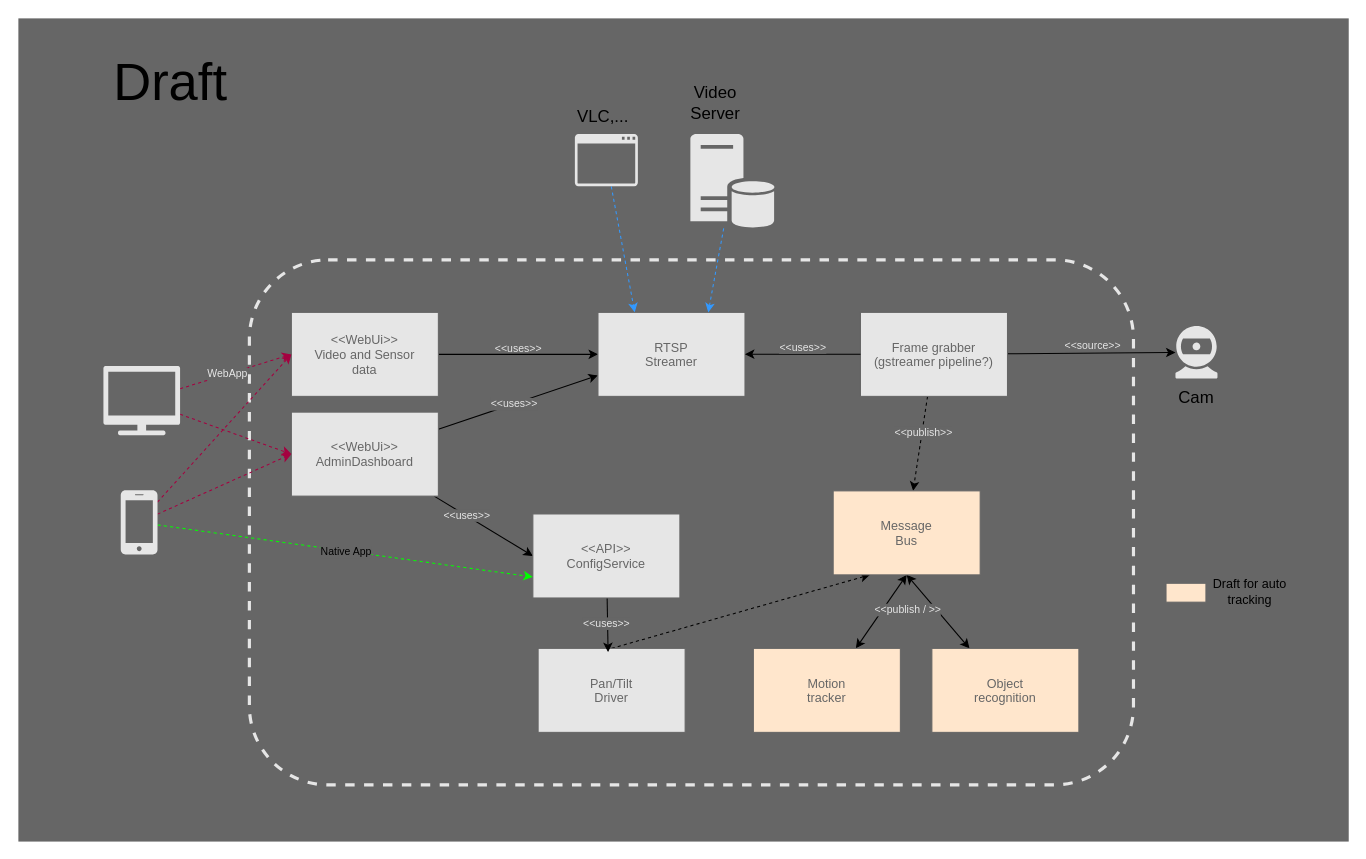
Before: doc/images/architecture.drawio in tinkerfu-io/thivicam, a draw.io diagram. Source tidied: cells renumbered, new cells numbered last; positions are measured from the earlier drawing's top-left corner, leaving out a move shared by most shapes. Both pictures are drawn from the tidied source at 105%, with x=0, y=0 at pixel (18, 18).
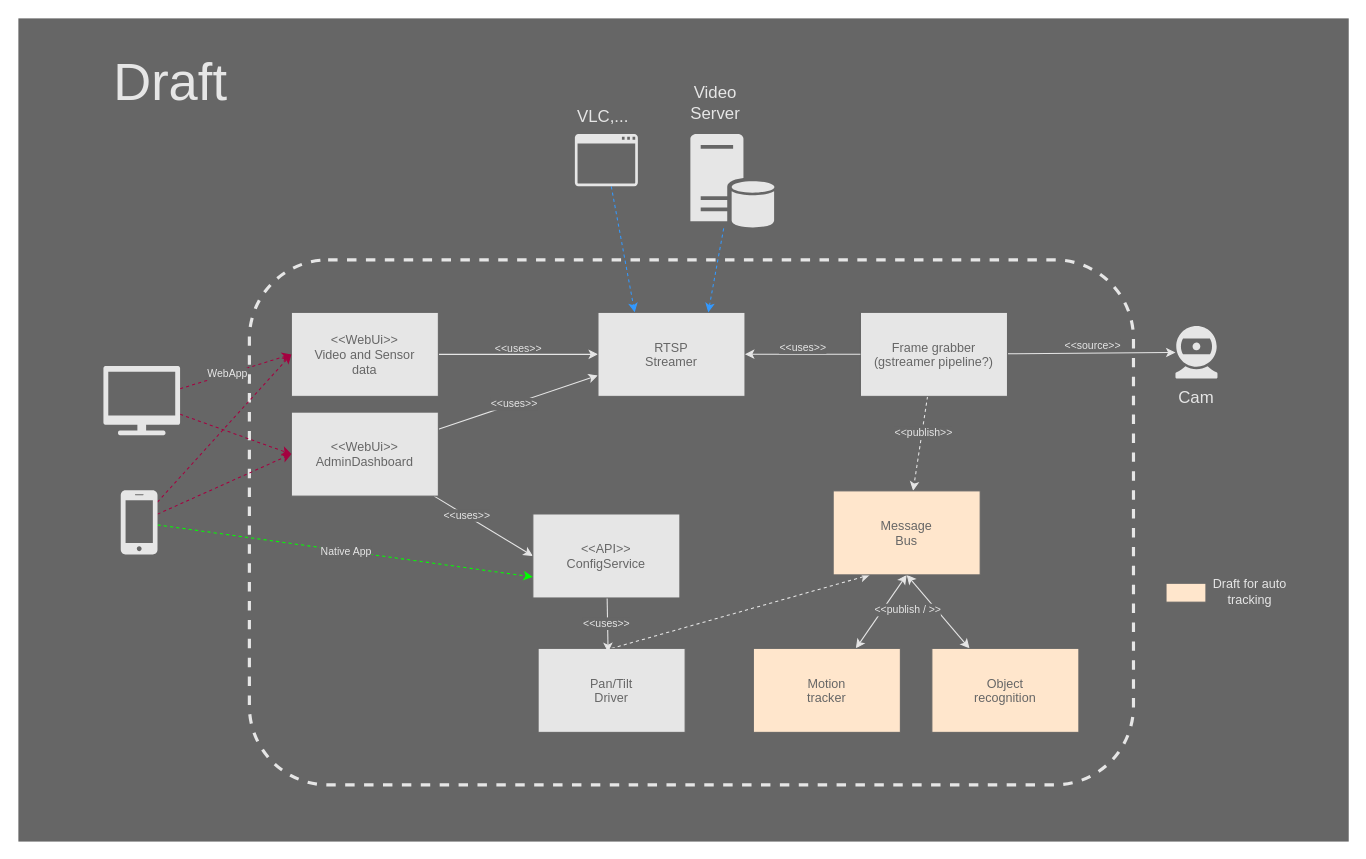
The same page after the edit.

The change refers to these unchanged cells:
```xml
<mxCell id="6" value="&lt;&lt;WebUi&gt;&gt;&#10;Video and Sensor&#10;data" style="fontStyle=0;strokeColor=#666666;fillColor=#E6E6E6;fontColor=#666666;" parent="1" vertex="1">
  <mxGeometry x="260" y="280" width="140" height="80" as="geometry" />
</mxCell>
<mxCell id="11" value="&lt;&lt;WebUi&gt;&gt;&#10;AdminDashboard" style="fontStyle=0;strokeColor=#666666;fillColor=#E6E6E6;fontColor=#666666;" parent="1" vertex="1">
  <mxGeometry x="260" y="375" width="140" height="80" as="geometry" />
</mxCell>
<mxCell id="12" value="RTSP&#10;Streamer" style="fontStyle=0;strokeColor=#666666;fillColor=#E6E6E6;fontColor=#666666;" parent="1" vertex="1">
  <mxGeometry x="552" y="280" width="140" height="80" as="geometry" />
</mxCell>
<mxCell id="14" value="Object&#10;recognition" style="fontStyle=0;strokeColor=#666666;fontColor=#666666;fillColor=#FFE6CC;" parent="1" vertex="1">
  <mxGeometry x="870" y="600" width="140" height="80" as="geometry" />
</mxCell>
<mxCell id="16" value="Motion&#10;tracker" style="fontStyle=0;strokeColor=#666666;fontColor=#666666;fillColor=#FFE6CC;" parent="1" vertex="1">
  <mxGeometry x="700" y="600" width="140" height="80" as="geometry" />
</mxCell>
<mxCell id="21" value="Frame grabber&#10;(gstreamer pipeline?)" style="fontStyle=0;strokeColor=#666666;fillColor=#E6E6E6;fontColor=#666666;" parent="1" vertex="1">
  <mxGeometry x="802" y="280" width="140" height="80" as="geometry" />
</mxCell>
<mxCell id="23" value="Pan/Tilt&#10;Driver" style="fontStyle=0;strokeColor=#666666;fillColor=#E6E6E6;fontColor=#666666;" parent="1" vertex="1">
  <mxGeometry x="495" y="600" width="140" height="80" as="geometry" />
</mxCell>
<mxCell id="24" value="Message&#10;Bus" style="fontStyle=0;strokeColor=#666666;fontColor=#666666;fillColor=#FFE6CC;" parent="1" vertex="1">
  <mxGeometry x="776" y="450" width="140" height="80" as="geometry" />
</mxCell>
<mxCell id="27" value="&lt;&lt;API&gt;&gt;&#10;ConfigService" style="fontStyle=0;strokeColor=#666666;fillColor=#E6E6E6;fontColor=#666666;" parent="1" vertex="1">
  <mxGeometry x="490" y="472" width="140" height="80" as="geometry" />
</mxCell>
<mxCell id="32" style="edgeStyle=none;rounded=0;jettySize=auto;html=1;entryX=0;entryY=0.75;entryDx=0;entryDy=0;fontSize=18;strokeColor=#00FF00;dashed=1;" parent="1" edge="1" source="34" target="27">
  <mxGeometry relative="1" as="geometry" />
</mxCell>
<mxCell id="44" style="shadow=0;dashed=0;html=1;strokeColor=none;labelPosition=center;verticalLabelPosition=bottom;verticalAlign=top;outlineConnect=0;align=center;shape=mxgraph.office.devices.webcam;fontSize=18;fillColor=#E6E6E6;" parent="1" vertex="1">
  <mxGeometry x="1102" y="293" width="40" height="50" as="geometry" />
</mxCell>
```

What changed in the source:
```diff
@@
-    <mxCell id="4" style="edgeStyle=none;rounded=0;jumpSize=6;jettySize=auto;html=1;entryX=0;entryY=0.5;entryDx=0;entryDy=0;sourcePerimeterSpacing=0;endSize=6;targetPerimeterSpacing=0;strokeWidth=1;fontColor=#666666;" parent="1" edge="1" source="6" target="12">
+    <mxCell id="4" style="edgeStyle=none;rounded=0;jumpSize=6;jettySize=auto;html=1;entryX=0;entryY=0.5;entryDx=0;entryDy=0;sourcePerimeterSpacing=0;endSize=6;targetPerimeterSpacing=0;strokeWidth=1;fontColor=#666666;strokeColor=#E6E6E6;" parent="1" edge="1" source="6" target="12">
       <mxGeometry relative="1" as="geometry" />
     </mxCell>
@@
-    <mxCell id="7" style="edgeStyle=none;rounded=0;jumpSize=6;jettySize=auto;html=1;entryX=0;entryY=0.5;entryDx=0;entryDy=0;sourcePerimeterSpacing=0;endSize=6;targetPerimeterSpacing=0;strokeWidth=1;fontColor=#666666;" parent="1" edge="1" source="11" target="27">
+    <mxCell id="7" style="edgeStyle=none;rounded=0;jumpSize=6;jettySize=auto;html=1;entryX=0;entryY=0.5;entryDx=0;entryDy=0;sourcePerimeterSpacing=0;endSize=6;targetPerimeterSpacing=0;strokeWidth=1;fontColor=#666666;strokeColor=#E6E6E6;" parent="1" edge="1" source="11" target="27">
       <mxGeometry relative="1" as="geometry" />
     </mxCell>
@@
-    <mxCell id="9" style="edgeStyle=none;rounded=0;jumpSize=6;jettySize=auto;html=1;sourcePerimeterSpacing=0;endSize=6;targetPerimeterSpacing=0;strokeWidth=1;fontColor=#666666;entryX=0;entryY=0.75;entryDx=0;entryDy=0;" parent="1" edge="1" source="11" target="12">
+    <mxCell id="9" style="edgeStyle=none;rounded=0;jumpSize=6;jettySize=auto;html=1;sourcePerimeterSpacing=0;endSize=6;targetPerimeterSpacing=0;strokeWidth=1;fontColor=#666666;entryX=0;entryY=0.75;entryDx=0;entryDy=0;strokeColor=#E6E6E6;" parent="1" edge="1" source="11" target="12">
       <mxGeometry relative="1" as="geometry" />
     </mxCell>
@@
-    <mxCell id="13" style="edgeStyle=none;rounded=0;jettySize=auto;html=1;entryX=0.5;entryY=1;entryDx=0;entryDy=0;fontColor=#666666;startArrow=classic;startFill=1;" parent="1" edge="1" source="14" target="24">
+    <mxCell id="13" style="edgeStyle=none;rounded=0;jettySize=auto;html=1;entryX=0.5;entryY=1;entryDx=0;entryDy=0;fontColor=#666666;startArrow=classic;startFill=1;strokeColor=#E6E6E6;" parent="1" edge="1" source="14" target="24">
       <mxGeometry relative="1" as="geometry" />
     </mxCell>
@@
-    <mxCell id="15" style="edgeStyle=none;rounded=0;jettySize=auto;html=1;entryX=0.5;entryY=1;entryDx=0;entryDy=0;fontColor=#666666;startArrow=classic;startFill=1;" parent="1" edge="1" source="16" target="24">
+    <mxCell id="15" style="edgeStyle=none;rounded=0;jettySize=auto;html=1;entryX=0.5;entryY=1;entryDx=0;entryDy=0;fontColor=#666666;startArrow=classic;startFill=1;strokeColor=#E6E6E6;" parent="1" edge="1" source="16" target="24">
       <mxGeometry relative="1" as="geometry" />
     </mxCell>
@@
-    <mxCell id="17" style="rounded=0;jettySize=auto;html=1;fontColor=#666666;dashed=1;strokeWidth=1;sourcePerimeterSpacing=0;targetPerimeterSpacing=0;endSize=6;jumpSize=6;" parent="1" edge="1" source="21" target="24">
+    <mxCell id="17" style="rounded=0;jettySize=auto;html=1;fontColor=#666666;dashed=1;strokeWidth=1;sourcePerimeterSpacing=0;targetPerimeterSpacing=0;endSize=6;jumpSize=6;strokeColor=#E6E6E6;" parent="1" edge="1" source="21" target="24">
       <mxGeometry relative="1" as="geometry" />
     </mxCell>
-    <mxCell id="18" style="edgeStyle=none;rounded=0;jettySize=auto;html=1;fontSize=18;" parent="1" edge="1" source="21" target="44">
+    <mxCell id="18" style="edgeStyle=none;rounded=0;jettySize=auto;html=1;fontSize=18;strokeColor=#E6E6E6;" parent="1" edge="1" source="21" target="44">
       <mxGeometry relative="1" as="geometry" />
     </mxCell>
@@
-    <mxCell id="22" style="edgeStyle=none;rounded=0;jettySize=auto;html=1;exitX=0.5;exitY=0;exitDx=0;exitDy=0;entryX=0.25;entryY=1;entryDx=0;entryDy=0;fontColor=#666666;dashed=1;" parent="1" edge="1" source="23" target="24">
+    <mxCell id="22" style="edgeStyle=none;rounded=0;jettySize=auto;html=1;exitX=0.5;exitY=0;exitDx=0;exitDy=0;entryX=0.25;entryY=1;entryDx=0;entryDy=0;fontColor=#666666;dashed=1;strokeColor=#E6E6E6;" parent="1" edge="1" source="23" target="24">
       <mxGeometry relative="1" as="geometry" />
     </mxCell>
@@
-    <mxCell id="25" style="edgeStyle=none;rounded=0;jumpSize=6;jettySize=auto;html=1;entryX=0.476;entryY=0.044;entryDx=0;entryDy=0;sourcePerimeterSpacing=0;endSize=6;targetPerimeterSpacing=0;strokeWidth=1;fontColor=#666666;entryPerimeter=0;" parent="1" edge="1" source="27" target="23">
+    <mxCell id="25" style="edgeStyle=none;rounded=0;jumpSize=6;jettySize=auto;html=1;entryX=0.476;entryY=0.044;entryDx=0;entryDy=0;sourcePerimeterSpacing=0;endSize=6;targetPerimeterSpacing=0;strokeWidth=1;fontColor=#666666;entryPerimeter=0;strokeColor=#E6E6E6;" parent="1" edge="1" source="27" target="23">
       <mxGeometry relative="1" as="geometry" />
     </mxCell>
@@
-    <mxCell id="33" value="Native App" style="edgeLabel;html=1;align=center;verticalAlign=middle;fontSize=10;labelBackgroundColor=#666666;rotation=0;" parent="32" vertex="1">
+    <mxCell id="33" value="Native App" style="edgeLabel;html=1;align=center;verticalAlign=middle;fontSize=10;labelBackgroundColor=#666666;rotation=0;fontColor=#E6E6E6;" parent="32" vertex="1">
       <mxGeometry x="0.07" y="-1" relative="1" as="geometry">
         <mxPoint x="-12.2" y="-2.9" as="offset" />
       </mxGeometry>
     </mxCell>
@@
-    <mxCell id="39" value="Draft" style="text;html=1;strokeColor=none;fillColor=none;align=center;verticalAlign=middle;whiteSpace=wrap;rounded=0;fontSize=50;" parent="1" vertex="1">
+    <mxCell id="39" value="Draft" style="text;html=1;strokeColor=none;fillColor=none;align=center;verticalAlign=middle;whiteSpace=wrap;rounded=0;fontSize=50;fontColor=#E6E6E6;" parent="1" vertex="1">
       <mxGeometry x="125" y="50" width="40" height="20" as="geometry" />
     </mxCell>
-    <mxCell id="40" value="Video&lt;br style=&quot;font-size: 16px;&quot;&gt;Server" style="text;html=1;strokeColor=none;fillColor=none;align=center;verticalAlign=middle;whiteSpace=wrap;rounded=0;fontSize=16;" parent="1" vertex="1">
+    <mxCell id="40" value="Video&lt;br style=&quot;font-size: 16px;&quot;&gt;Server" style="text;html=1;strokeColor=none;fillColor=none;align=center;verticalAlign=middle;whiteSpace=wrap;rounded=0;fontSize=16;fontColor=#E6E6E6;" parent="1" vertex="1">
       <mxGeometry x="644" y="70" width="40" height="20" as="geometry" />
     </mxCell>
@@
-    <mxCell id="43" value="VLC,..." style="text;html=1;strokeColor=none;fillColor=none;align=center;verticalAlign=middle;whiteSpace=wrap;rounded=0;fontSize=16;" parent="1" vertex="1">
+    <mxCell id="43" value="VLC,..." style="text;html=1;strokeColor=none;fillColor=none;align=center;verticalAlign=middle;whiteSpace=wrap;rounded=0;fontSize=16;fontColor=#E6E6E6;" parent="1" vertex="1">
       <mxGeometry x="537" y="83" width="40" height="20" as="geometry" />
     </mxCell>
@@
-    <mxCell id="45" value="Cam" style="text;html=1;strokeColor=none;fillColor=none;align=center;verticalAlign=middle;whiteSpace=wrap;rounded=0;fontSize=16;" parent="1" vertex="1">
+    <mxCell id="45" value="Cam" style="text;html=1;strokeColor=none;fillColor=none;align=center;verticalAlign=middle;whiteSpace=wrap;rounded=0;fontSize=16;fontColor=#E6E6E6;" parent="1" vertex="1">
       <mxGeometry x="1102" y="351" width="40" height="20" as="geometry" />
     </mxCell>
-    <mxCell id="46" style="edgeStyle=none;rounded=0;orthogonalLoop=1;jettySize=auto;html=1;fontSize=18;" parent="1" edge="1">
+    <mxCell id="46" style="edgeStyle=none;rounded=0;orthogonalLoop=1;jettySize=auto;html=1;fontSize=18;strokeColor=#E6E6E6;" parent="1" edge="1">
       <mxGeometry relative="1" as="geometry">
         <mxPoint x="802" y="319.8" as="sourcePoint" />
         <mxPoint x="692" y="319.8" as="targetPoint" />
       </mxGeometry>
     </mxCell>
@@
-    <mxCell id="49" value="Draft for auto tracking" style="text;html=1;strokeColor=none;fillColor=none;align=center;verticalAlign=middle;whiteSpace=wrap;rounded=0;fontSize=12;" parent="1" vertex="1">
+    <mxCell id="49" value="Draft for auto tracking" style="text;html=1;strokeColor=none;fillColor=none;align=center;verticalAlign=middle;whiteSpace=wrap;rounded=0;fontSize=12;fontColor=#E6E6E6;" parent="1" vertex="1">
       <mxGeometry x="1124" y="536" width="98" height="20" as="geometry" />
     </mxCell>
```
